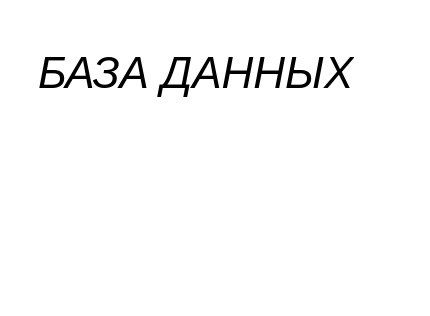
Before: page "таски" (3 of 4) of мебкух.drawio in User-cyber-new/mebkuch, a draw.io diagram. Source tidied: cells renumbered, new cells numbered last; positions are measured from the earlier drawing's top-left corner, leaving out a move shared by most shapes. Both pictures are drawn from the tidied source at 200%, with x=0, y=0 at pixel (34, 34).
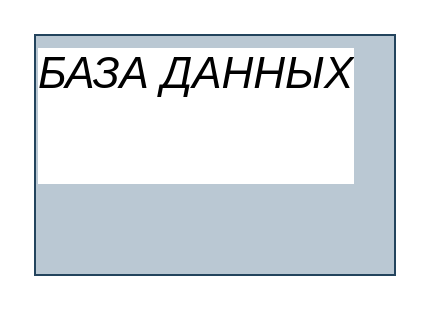
After the change.

The edit, as a diff of the source:
```diff
@@
 <mxGraphModel>
   <root>
     <mxCell id="0" />
     <mxCell id="1" parent="0" />
-    <mxCell id="2" value="&lt;h1 style=&quot;margin-top: 0px;&quot;&gt;&lt;span style=&quot;color: light-dark(rgb(0, 0, 0), rgb(255, 255, 255)); font-weight: normal;&quot;&gt;&lt;i style=&quot;&quot;&gt;БАЗА ДАННЫХ&lt;br&gt;&lt;/i&gt;&lt;/span&gt;&lt;br&gt;&lt;/h1&gt;" style="text;html=1;whiteSpace=wrap;overflow=hidden;rounded=0;fontFamily=Helvetica;fontSize=11;labelBackgroundColor=default;" parent="1" vertex="1">
+    <mxCell id="2" value="&lt;h1 style=&quot;margin-top: 0px;&quot;&gt;&lt;span style=&quot;color: light-dark(rgb(0, 0, 0), rgb(255, 255, 255)); font-weight: normal;&quot;&gt;&lt;i style=&quot;&quot;&gt;БАЗА ДАННЫХ&lt;br&gt;&lt;/i&gt;&lt;/span&gt;&lt;br&gt;&lt;/h1&gt;" style="text;html=1;whiteSpace=wrap;overflow=hidden;rounded=0;fontFamily=Helvetica;fontSize=11;labelBackgroundColor=default;fillColor=#bac8d3;strokeColor=#23445d;" parent="1" vertex="1">
       <mxGeometry width="180" height="120" as="geometry" />
     </mxCell>
   </root>
 </mxGraphModel>
```
